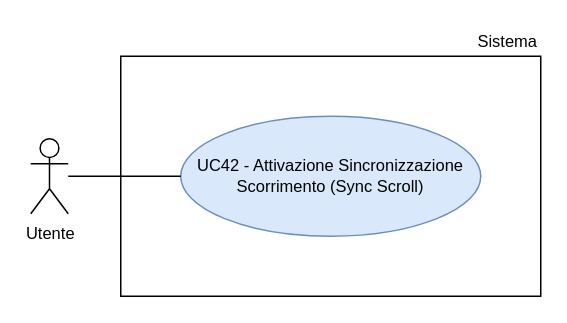
Earlier version of the draw.io diagram RTB/doc_esterna/analisi-dei-requisiti/assets/draw.io/UC42.drawio (thebitless-group-swe/thebitless.github.io). Source tidied: cells renumbered, new cells numbered last; positions are measured from the earlier drawing's top-left corner, leaving out a move shared by most shapes. Both pictures are drawn from the tidied source at 150%, with x=0, y=0 at pixel (30, 26).
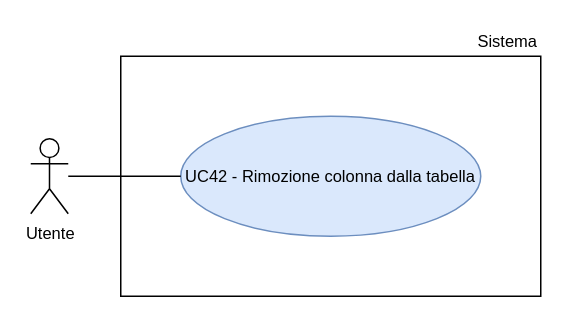
The same diagram, later.

The edit, as a diff of the source:
```diff
@@
 <mxGraphModel>
   <root>
     <mxCell id="0" />
     <mxCell id="1" parent="0" />
     <mxCell id="2" value="Utente" style="shape=umlActor;verticalLabelPosition=bottom;verticalAlign=top;html=1;outlineConnect=0;fontSize=11;" parent="1" vertex="1">
       <mxGeometry y="75" width="25" height="50" as="geometry" />
     </mxCell>
     <mxCell id="3" style="rounded=0;whiteSpace=wrap;html=1;strokeWidth=1;" parent="1" vertex="1">
       <mxGeometry x="60" y="20" width="280" height="160" as="geometry" />
     </mxCell>
     <mxCell id="4" value="Sistema" style="text;html=1;whiteSpace=wrap;strokeColor=none;fillColor=none;align=right;verticalAlign=middle;fontSize=11;" parent="1" vertex="1">
       <mxGeometry x="270" width="70" height="20" as="geometry" />
     </mxCell>
-    <mxCell id="5" value="UC42 - Attivazione Sincronizzazione Scorrimento (Sync Scroll)" style="ellipse;whiteSpace=wrap;html=1;fillColor=#dae8fc;strokeColor=#6c8ebf;fontSize=11;" parent="1" vertex="1">
+    <mxCell id="5" value="UC42 - Rimozione colonna dalla tabella" style="ellipse;whiteSpace=wrap;html=1;fillColor=#dae8fc;strokeColor=#6c8ebf;fontSize=11;" parent="1" vertex="1">
       <mxGeometry x="100" y="60" width="200" height="80" as="geometry" />
     </mxCell>
     <mxCell id="6" style="edgeStyle=none;rounded=0;jettySize=auto;html=1;endArrow=none;endFill=0;" parent="1" edge="1" source="2" target="5">
       <mxGeometry relative="1" as="geometry" />
     </mxCell>
   </root>
 </mxGraphModel>
```
